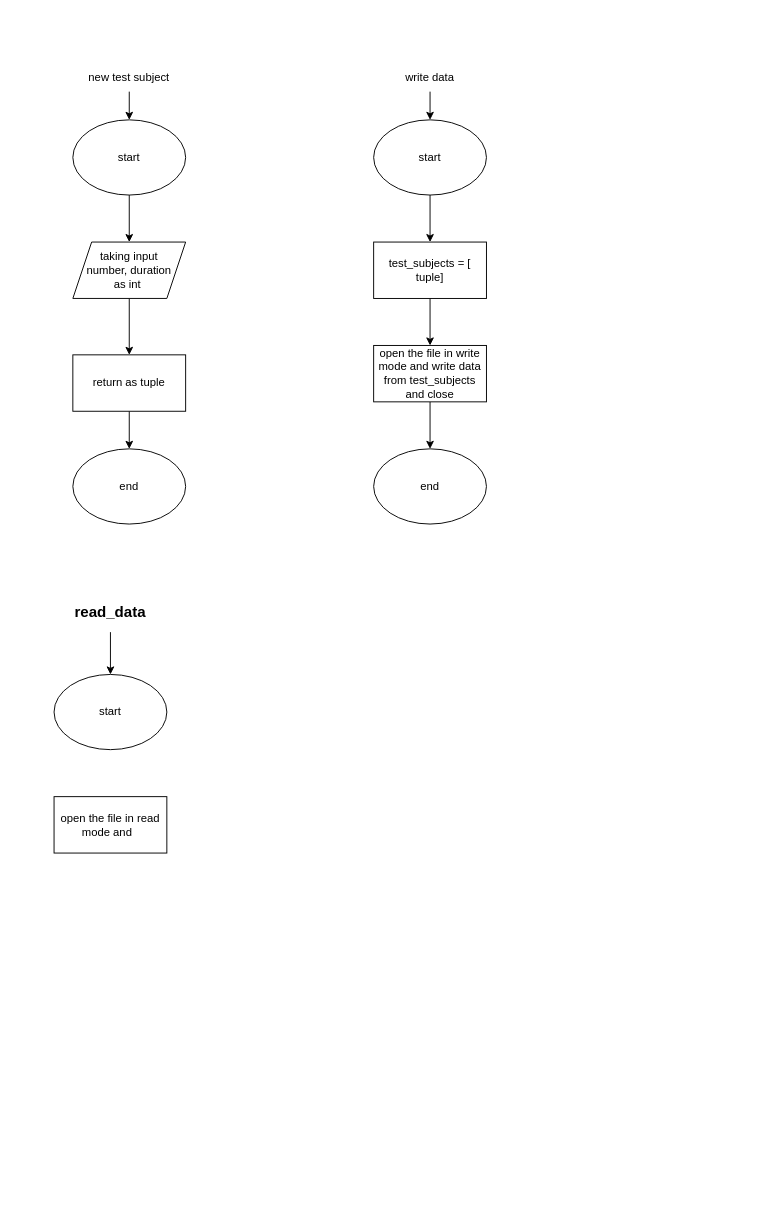
Earlier version of the draw.io diagram page "Page-2" (2 of 2) of part 2/main.dio (0xSparky/ENTRY_TICKET). Source tidied: cells renumbered, new cells numbered last; positions are measured from the earlier drawing's top-left corner, leaving out a move shared by most shapes. Both pictures are drawn from the tidied source at 94%, with x=0, y=0 at pixel (54, 63).
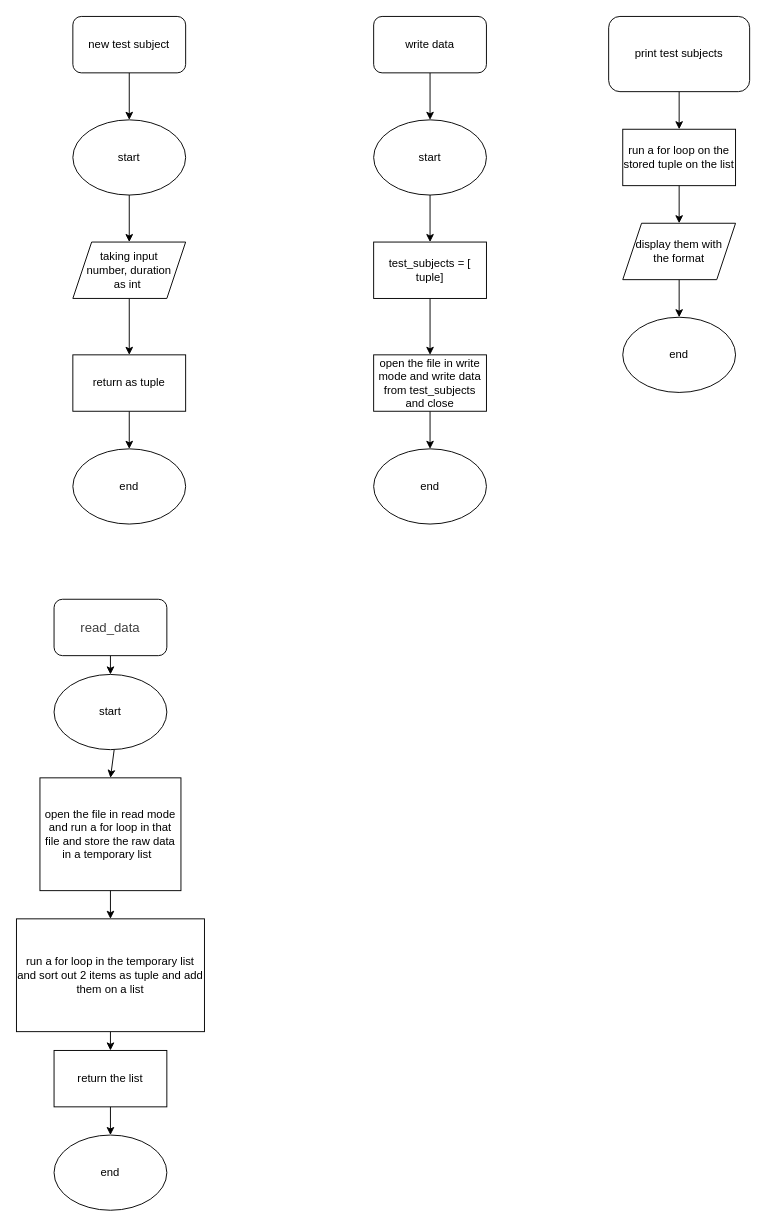
After the change.

The change refers to these unchanged cells:
```xml
<mxCell id="3" value="start" style="ellipse;whiteSpace=wrap;html=1;" parent="1" vertex="1">
  <mxGeometry x="20" y="60" width="120" height="80" as="geometry" />
</mxCell>
<mxCell id="13" value="start" style="ellipse;whiteSpace=wrap;html=1;" parent="1" vertex="1">
  <mxGeometry x="340" y="60" width="120" height="80" as="geometry" />
</mxCell>
<mxCell id="22" value="start" style="ellipse;whiteSpace=wrap;html=1;" parent="1" vertex="1">
  <mxGeometry y="650" width="120" height="80" as="geometry" />
</mxCell>
```

The edit, as a diff of the source:
```diff
@@
-    <mxCell id="4" style="edgeStyle=none;html=1;entryX=0.5;entryY=0;entryDx=0;entryDy=0;" parent="1" edge="1" source="5" target="3">
+    <mxCell id="4" style="edgeStyle=none;html=1;entryX=0.5;entryY=0;entryDx=0;entryDy=0;exitX=0.5;exitY=1;exitDx=0;exitDy=0;" parent="1" edge="1" source="5" target="3">
       <mxGeometry relative="1" as="geometry" />
     </mxCell>
-    <mxCell id="5" value="new test subject" style="text;html=1;align=center;verticalAlign=middle;whiteSpace=wrap;rounded=0;" parent="1" vertex="1">
-      <mxGeometry width="160" height="30" as="geometry" />
-    </mxCell>
@@
-    <mxCell id="10" style="edgeStyle=none;html=1;entryX=0.5;entryY=0;entryDx=0;entryDy=0;" parent="1" edge="1" source="11" target="13">
+    <mxCell id="10" style="edgeStyle=none;html=1;entryX=0.5;entryY=0;entryDx=0;entryDy=0;exitX=0.5;exitY=1;exitDx=0;exitDy=0;" parent="1" edge="1" source="11" target="13">
       <mxGeometry relative="1" as="geometry" />
     </mxCell>
-    <mxCell id="11" value="write data" style="text;html=1;align=center;verticalAlign=middle;whiteSpace=wrap;rounded=0;" parent="1" vertex="1">
-      <mxGeometry x="370" width="60" height="30" as="geometry" />
-    </mxCell>
@@
     <mxCell id="17" value="open the file in write mode and write data from test_subjects and close" style="rounded=0;whiteSpace=wrap;html=1;" parent="1" vertex="1">
-      <mxGeometry x="340" y="300" width="120" height="60" as="geometry" />
+      <mxGeometry x="340" y="310" width="120" height="60" as="geometry" />
     </mxCell>
@@
-    <mxCell id="20" style="edgeStyle=none;html=1;entryX=0.5;entryY=0;entryDx=0;entryDy=0;" parent="1" edge="1" source="21" target="22">
+    <mxCell id="20" style="edgeStyle=none;html=1;entryX=0.5;entryY=0;entryDx=0;entryDy=0;exitX=0.5;exitY=1;exitDx=0;exitDy=0;" parent="1" edge="1" source="21" target="22">
       <mxGeometry relative="1" as="geometry" />
     </mxCell>
-    <mxCell id="21" value="&#10;&lt;span class=&quot;css-jqjy6f-view--flex-flex&quot; wrap=&quot;no-wrap&quot; direction=&quot;row&quot; dir=&quot;ltr&quot;&gt;&lt;span class=&quot;css-127lj96-view&quot; dir=&quot;ltr&quot;&gt;&lt;strong style=&quot;font-family: inherit; font-size: 1rem;&quot;&gt;read_data&lt;/strong&gt;&lt;/span&gt;&lt;/span&gt;&#10;&#10;" style="text;html=1;align=center;verticalAlign=middle;whiteSpace=wrap;rounded=0;" parent="1" vertex="1">
-      <mxGeometry x="30" y="575" width="60" height="30" as="geometry" />
-    </mxCell>
+    <mxCell id="24" style="edgeStyle=none;html=1;entryX=0.5;entryY=0;entryDx=0;entryDy=0;" parent="1" edge="1" source="22" target="23">
+      <mxGeometry relative="1" as="geometry" />
+    </mxCell>
@@
-    <mxCell id="23" value="open the file in read mode and&amp;nbsp;&amp;nbsp;" style="rounded=0;whiteSpace=wrap;html=1;" parent="1" vertex="1">
-      <mxGeometry y="780" width="120" height="60" as="geometry" />
+    <mxCell id="23" value="open the file in read mode and run a for loop in that file and store the raw data in a temporary list&amp;nbsp;&amp;nbsp;" style="rounded=0;whiteSpace=wrap;html=1;" parent="1" vertex="1">
+      <mxGeometry x="-15" y="760" width="150" height="120" as="geometry" />
     </mxCell>
+    <mxCell id="5" value="&lt;span style=&quot;color: rgb(0, 0, 0);&quot;&gt;new test subject&lt;/span&gt;" style="rounded=1;whiteSpace=wrap;html=1;" parent="1" vertex="1">
+      <mxGeometry x="20" y="-50" width="120" height="60" as="geometry" />
+    </mxCell>
+    <mxCell id="11" value="&lt;span style=&quot;color: rgb(0, 0, 0);&quot;&gt;write data&lt;/span&gt;" style="rounded=1;whiteSpace=wrap;html=1;" parent="1" vertex="1">
+      <mxGeometry x="340" y="-50" width="120" height="60" as="geometry" />
+    </mxCell>
+    <mxCell id="21" value="&lt;span style=&quot;color: rgb(63, 63, 63); scrollbar-color: rgb(226, 226, 226) rgb(251, 251, 251);&quot; class=&quot;css-jqjy6f-view--flex-flex&quot; wrap=&quot;no-wrap&quot; direction=&quot;row&quot; dir=&quot;ltr&quot;&gt;&lt;span style=&quot;color: rgb(63, 63, 63); scrollbar-color: rgb(226, 226, 226) rgb(251, 251, 251);&quot; class=&quot;css-127lj96-view&quot; dir=&quot;ltr&quot;&gt;&lt;span style=&quot;color: rgb(63, 63, 63); scrollbar-color: rgb(226, 226, 226) rgb(251, 251, 251); font-family: inherit;&quot;&gt;&lt;font style=&quot;font-size: 14px;&quot;&gt;read_data&lt;/font&gt;&lt;/span&gt;&lt;/span&gt;&lt;/span&gt;" style="rounded=1;whiteSpace=wrap;html=1;" parent="1" vertex="1">
+      <mxGeometry y="570" width="120" height="60" as="geometry" />
+    </mxCell>
+    <mxCell id="25" style="edgeStyle=none;html=1;entryX=0.5;entryY=0;entryDx=0;entryDy=0;" parent="1" edge="1" source="26" target="28">
+      <mxGeometry relative="1" as="geometry" />
+    </mxCell>
+    <mxCell id="26" value="run a for loop in the temporary list and sort out 2 items as tuple and add them on a list" style="rounded=0;whiteSpace=wrap;html=1;" parent="1" vertex="1">
+      <mxGeometry x="-40" y="910" width="200" height="120" as="geometry" />
+    </mxCell>
+    <mxCell id="27" style="edgeStyle=none;html=1;entryX=0.5;entryY=0;entryDx=0;entryDy=0;" parent="1" edge="1" source="28" target="36">
+      <mxGeometry relative="1" as="geometry" />
+    </mxCell>
+    <mxCell id="28" value="return the list" style="rounded=0;whiteSpace=wrap;html=1;" parent="1" vertex="1">
+      <mxGeometry y="1050" width="120" height="60" as="geometry" />
+    </mxCell>
+    <mxCell id="29" style="edgeStyle=none;html=1;entryX=0.5;entryY=0;entryDx=0;entryDy=0;" parent="1" edge="1" source="23" target="26">
+      <mxGeometry relative="1" as="geometry" />
+    </mxCell>
+    <mxCell id="30" style="edgeStyle=none;html=1;entryX=0.5;entryY=0;entryDx=0;entryDy=0;" parent="1" edge="1" source="31" target="33">
+      <mxGeometry relative="1" as="geometry" />
+    </mxCell>
+    <mxCell id="31" value="print test subjects" style="rounded=1;whiteSpace=wrap;html=1;fillColor=#FFFFFF;" parent="1" vertex="1">
+      <mxGeometry x="590" y="-50" width="150" height="80" as="geometry" />
+    </mxCell>
+    <mxCell id="32" style="edgeStyle=none;html=1;entryX=0.5;entryY=0;entryDx=0;entryDy=0;" parent="1" edge="1" source="33" target="35">
+      <mxGeometry relative="1" as="geometry" />
+    </mxCell>
+    <mxCell id="33" value="run a for loop on the&lt;div&gt;stored tuple on the list&lt;/div&gt;" style="rounded=0;whiteSpace=wrap;html=1;" parent="1" vertex="1">
+      <mxGeometry x="605" y="70" width="120" height="60" as="geometry" />
+    </mxCell>
+    <mxCell id="34" style="edgeStyle=none;html=1;" parent="1" edge="1" source="35" target="37">
+      <mxGeometry relative="1" as="geometry" />
+    </mxCell>
+    <mxCell id="35" value="display them with&lt;div&gt;the format&lt;/div&gt;" style="shape=parallelogram;perimeter=parallelogramPerimeter;whiteSpace=wrap;html=1;fixedSize=1;" parent="1" vertex="1">
+      <mxGeometry x="605" y="170" width="120" height="60" as="geometry" />
+    </mxCell>
+    <mxCell id="36" value="end" style="ellipse;whiteSpace=wrap;html=1;" parent="1" vertex="1">
+      <mxGeometry y="1140" width="120" height="80" as="geometry" />
+    </mxCell>
+    <mxCell id="37" value="end" style="ellipse;whiteSpace=wrap;html=1;" parent="1" vertex="1">
+      <mxGeometry x="605" y="270" width="120" height="80" as="geometry" />
+    </mxCell>
```
